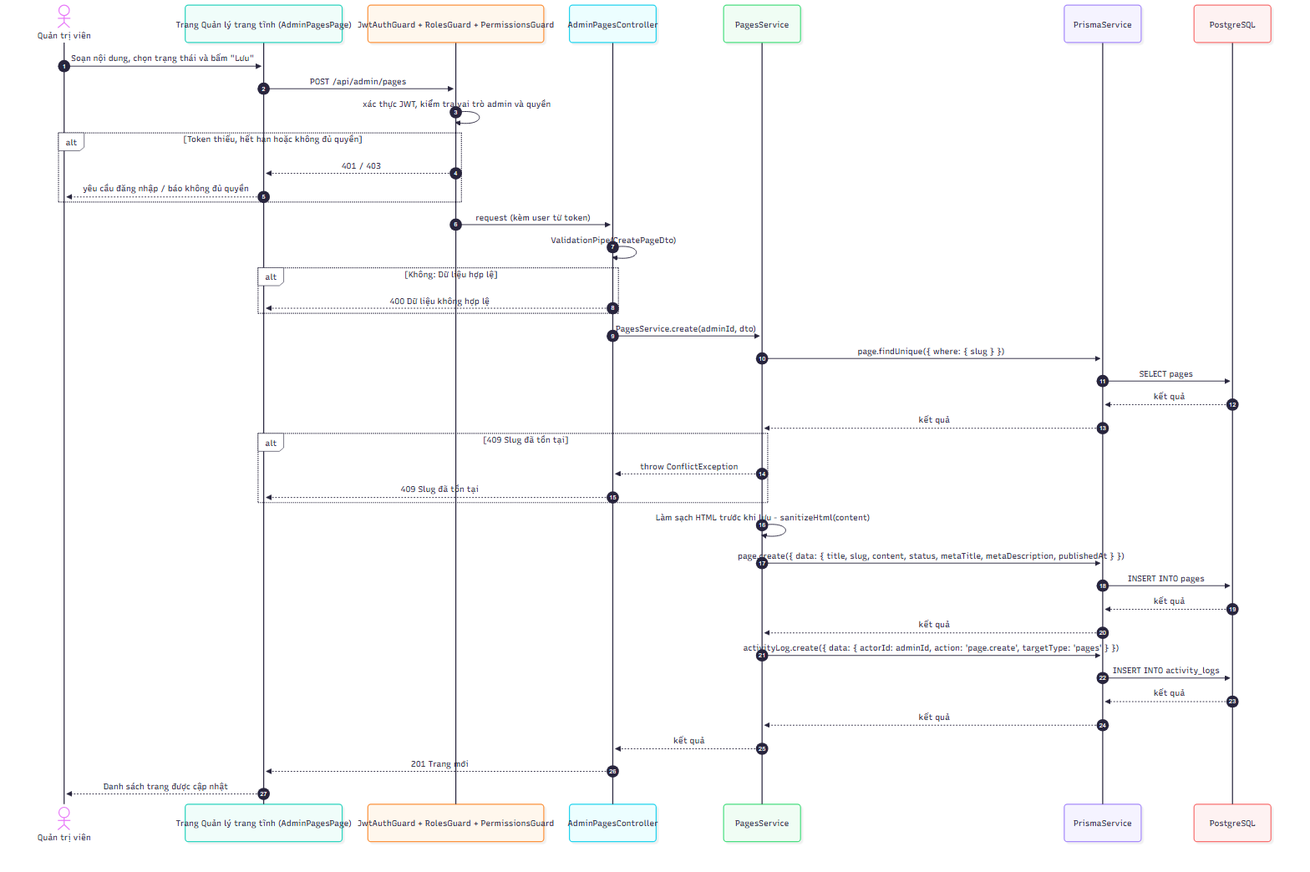
This is docs/diagrams/png/sequence_UC-ADM-07_quan-ly-trang-tinh.png from 2431540234-arch/XDUDTMDT, a Mermaid export, as it was before one commit. Its source is kept beside it as docs/diagrams/src/sequence_UC-ADM-07_quan-ly-trang-tinh.mmd.
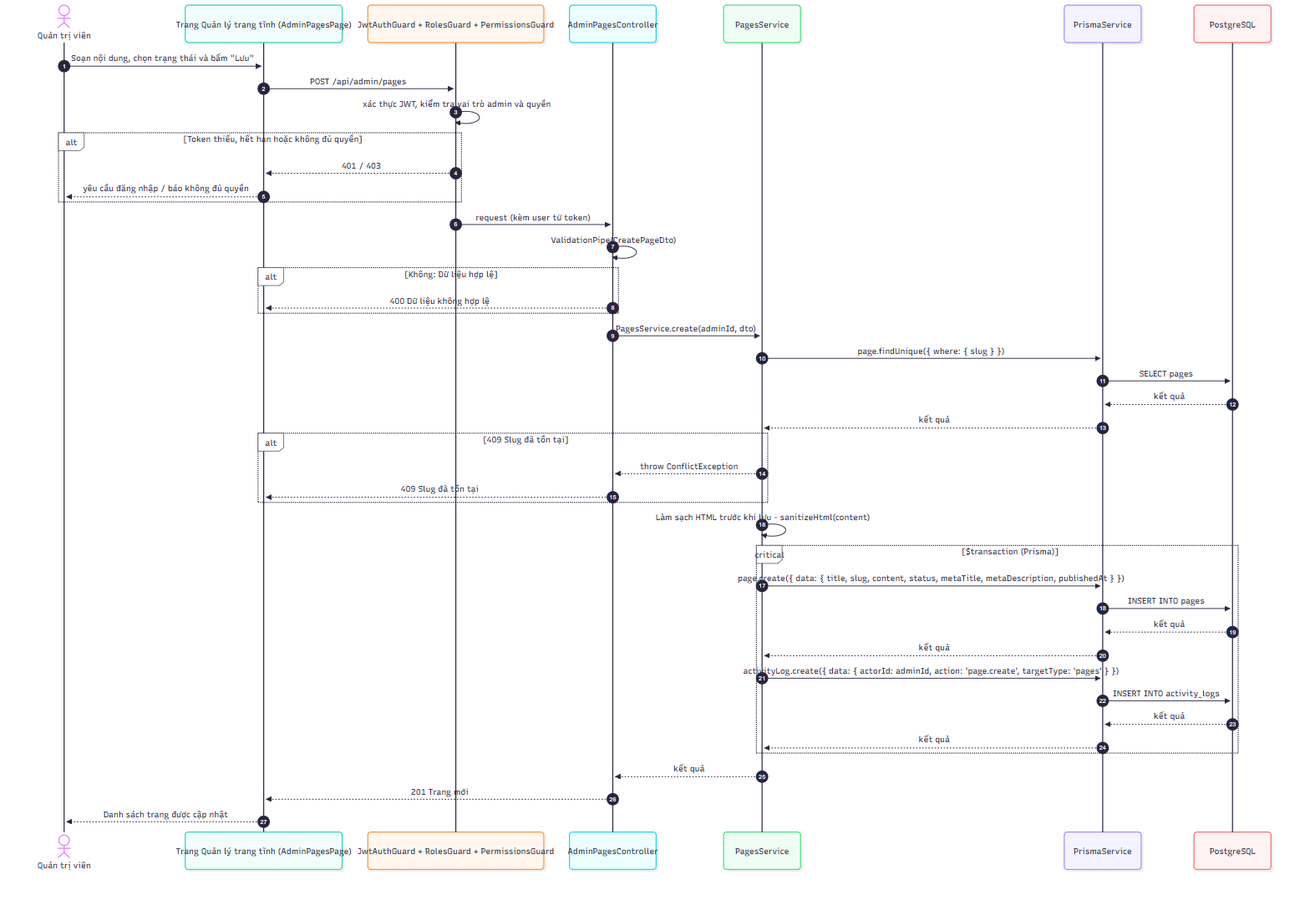
Later version of the same file.

Change to the diagram source:
```diff
@@ -29,14 +29,16 @@
         C-->>FE: 409 Slug đã tồn tại
     end
     S->>S: Làm sạch HTML trước khi lưu - sanitizeHtml(content)
-    S->>P: page.create({ data: { title, slug, content, status, metaTitle, metaDescription, publishedAt } })
-    P->>D: INSERT INTO pages
-    D-->>P: kết quả
-    P-->>S: kết quả
-    S->>P: activityLog.create({ data: { actorId: adminId, action: 'page.create', targetType: 'pages' } })
-    P->>D: INSERT INTO activity_logs
-    D-->>P: kết quả
-    P-->>S: kết quả
+    critical $transaction (Prisma)
+        S->>P: page.create({ data: { title, slug, content, status, metaTitle, metaDescription, publishedAt } })
+        P->>D: INSERT INTO pages
+        D-->>P: kết quả
+        P-->>S: kết quả
+        S->>P: activityLog.create({ data: { actorId: adminId, action: 'page.create', targetType: 'pages' } })
+        P->>D: INSERT INTO activity_logs
+        D-->>P: kết quả
+        P-->>S: kết quả
+    end
     S-->>C: kết quả
     C-->>FE: 201 Trang mới
     FE-->>A: Danh sách trang được cập nhật
```
